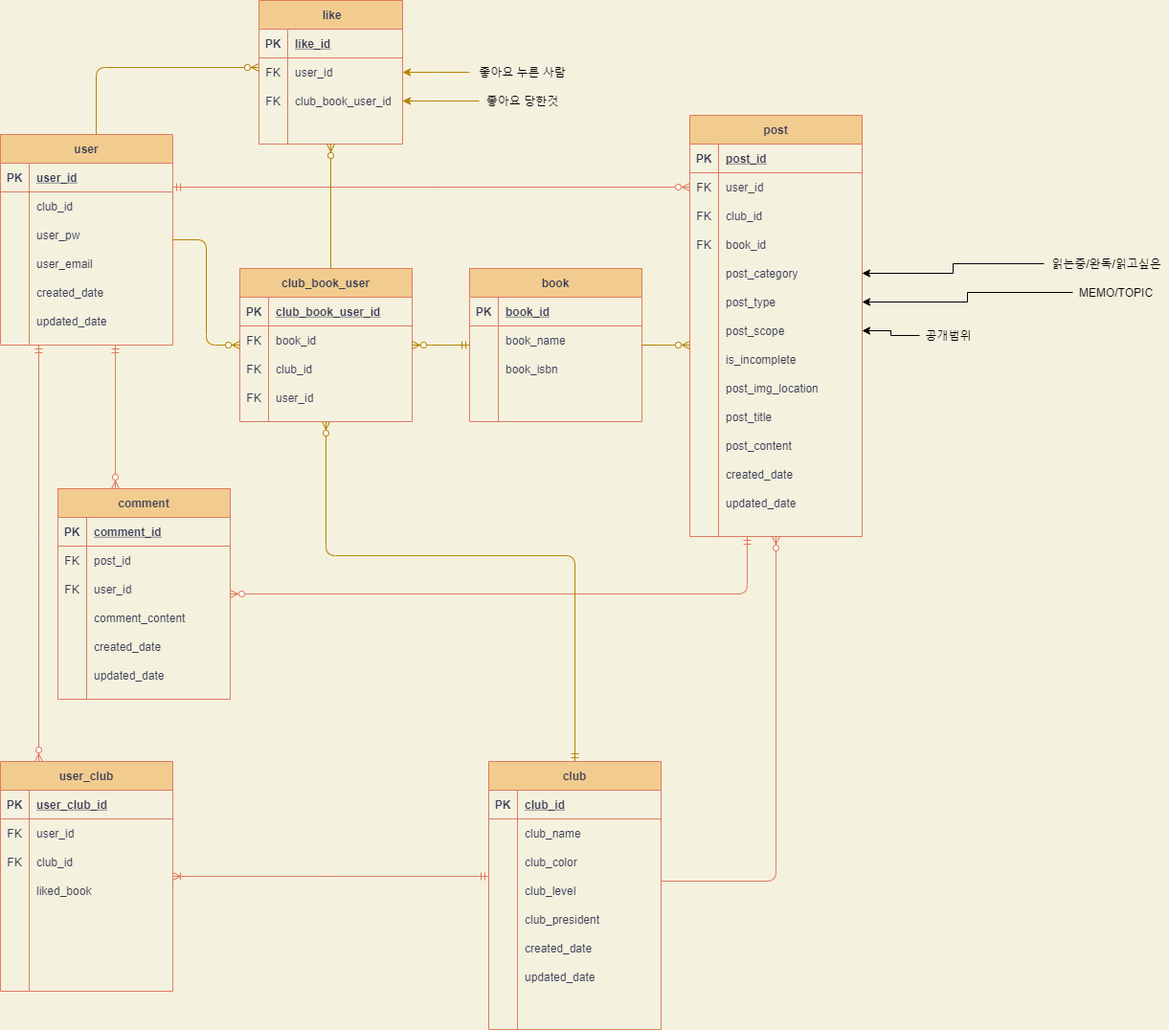
This is mangpo_ERD.png from CYC0227/mangpoERD, a draw.io export, as it was before one commit. Source tidied: cells renumbered, new cells last; positions are measured from the earlier drawing's top-left corner, leaving out a move shared by most shapes.
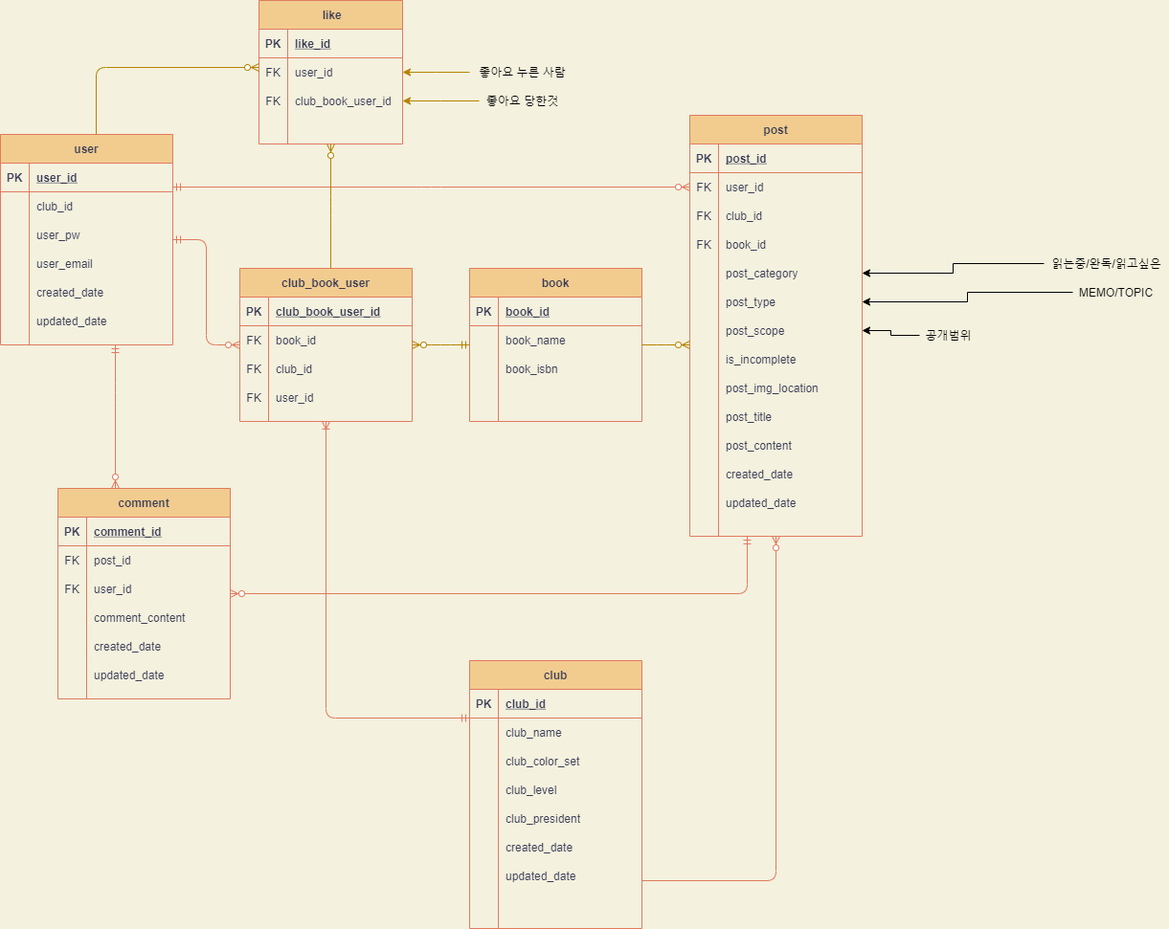
After the commit.

The edit, as a diff of the source:
```diff
@@ -189,7 +189,7 @@
       <mxGeometry x="30" width="150" height="20" as="geometry" />
     </mxCell>
     <mxCell id="64" value="club" style="shape=table;startSize=30;rowLines=0;fontStyle=1;align=center;fillColor=#F2CC8F;strokeColor=#E07A5F;fontColor=#393C56;" parent="1" vertex="1">
-      <mxGeometry x="510" y="795" width="180" height="280" as="geometry" />
+      <mxGeometry x="490" y="690" width="180" height="280" as="geometry" />
     </mxCell>
     <mxCell id="65" style="shape=partialRectangle;fillColor=none;top=0;left=0;bottom=1;right=0;strokeColor=#E07A5F;fontColor=#393C56;" parent="64" vertex="1">
       <mxGeometry y="30" width="180" height="30" as="geometry" />
@@ -215,7 +215,7 @@
     <mxCell id="72" style="shape=partialRectangle;fillColor=none;top=0;left=0;bottom=0;right=0;overflow=hidden;strokeColor=#E07A5F;fontColor=#393C56;" parent="71" vertex="1">
       <mxGeometry width="30" height="30" as="geometry" />
     </mxCell>
-    <mxCell id="73" value="club_color" style="shape=partialRectangle;fillColor=none;top=0;left=0;bottom=0;right=0;align=left;spacingLeft=6;overflow=hidden;strokeColor=#E07A5F;fontColor=#393C56;" parent="71" vertex="1">
+    <mxCell id="73" value="club_color_set" style="shape=partialRectangle;fillColor=none;top=0;left=0;bottom=0;right=0;align=left;spacingLeft=6;overflow=hidden;strokeColor=#E07A5F;fontColor=#393C56;" parent="71" vertex="1">
       <mxGeometry x="30" width="150" height="30" as="geometry" />
     </mxCell>
     <mxCell id="74" style="shape=partialRectangle;fillColor=none;top=0;left=0;bottom=0;right=0;strokeColor=#E07A5F;fontColor=#393C56;" parent="64" vertex="1">
@@ -323,72 +323,6 @@
     <mxCell id="108" value="updated_date" style="shape=partialRectangle;fillColor=none;top=0;left=0;bottom=0;right=0;align=left;spacingLeft=6;overflow=hidden;strokeColor=#E07A5F;fontColor=#393C56;" parent="106" vertex="1">
       <mxGeometry x="30" width="150" height="30" as="geometry" />
     </mxCell>
-    <mxCell id="109" value="user_club" style="shape=table;startSize=30;rowLines=0;fontStyle=1;align=center;fillColor=#F2CC8F;strokeColor=#E07A5F;fontColor=#393C56;" parent="1" vertex="1">
-      <mxGeometry y="795" width="180" height="240" as="geometry" />
-    </mxCell>
-    <mxCell id="110" style="shape=partialRectangle;fillColor=none;top=0;left=0;bottom=1;right=0;strokeColor=#E07A5F;fontColor=#393C56;" parent="109" vertex="1">
-      <mxGeometry y="30" width="180" height="30" as="geometry" />
-    </mxCell>
-    <mxCell id="111" value="PK" style="shape=partialRectangle;fillColor=none;top=0;left=0;bottom=0;right=0;fontStyle=1;overflow=hidden;strokeColor=#E07A5F;fontColor=#393C56;" parent="110" vertex="1">
-      <mxGeometry width="30" height="30" as="geometry" />
-    </mxCell>
-    <mxCell id="112" value="user_club_id" style="shape=partialRectangle;fillColor=none;top=0;left=0;bottom=0;right=0;align=left;spacingLeft=6;fontStyle=5;overflow=hidden;strokeColor=#E07A5F;fontColor=#393C56;" parent="110" vertex="1">
-      <mxGeometry x="30" width="150" height="30" as="geometry" />
-    </mxCell>
-    <mxCell id="113" style="shape=partialRectangle;fillColor=none;top=0;left=0;bottom=0;right=0;strokeColor=#E07A5F;fontColor=#393C56;" parent="109" vertex="1">
-      <mxGeometry y="60" width="180" height="30" as="geometry" />
-    </mxCell>
-    <mxCell id="114" value="FK" style="shape=partialRectangle;fillColor=none;top=0;left=0;bottom=0;right=0;overflow=hidden;strokeColor=#E07A5F;fontColor=#393C56;" parent="113" vertex="1">
-      <mxGeometry width="30" height="30" as="geometry" />
-    </mxCell>
-    <mxCell id="115" value="user_id" style="shape=partialRectangle;fillColor=none;top=0;left=0;bottom=0;right=0;align=left;spacingLeft=6;overflow=hidden;strokeColor=#E07A5F;fontColor=#393C56;" parent="113" vertex="1">
-      <mxGeometry x="30" width="150" height="30" as="geometry" />
-    </mxCell>
-    <mxCell id="116" style="shape=partialRectangle;fillColor=none;top=0;left=0;bottom=0;right=0;strokeColor=#E07A5F;fontColor=#393C56;" parent="109" vertex="1">
-      <mxGeometry y="90" width="180" height="30" as="geometry" />
-    </mxCell>
-    <mxCell id="117" value="FK" style="shape=partialRectangle;fillColor=none;top=0;left=0;bottom=0;right=0;overflow=hidden;strokeColor=#E07A5F;fontColor=#393C56;" parent="116" vertex="1">
-      <mxGeometry width="30" height="30" as="geometry" />
-    </mxCell>
-    <mxCell id="118" value="club_id" style="shape=partialRectangle;fillColor=none;top=0;left=0;bottom=0;right=0;align=left;spacingLeft=6;overflow=hidden;strokeColor=#E07A5F;fontColor=#393C56;" parent="116" vertex="1">
-      <mxGeometry x="30" width="150" height="30" as="geometry" />
-    </mxCell>
-    <mxCell id="119" style="shape=partialRectangle;fillColor=none;top=0;left=0;bottom=0;right=0;strokeColor=#E07A5F;fontColor=#393C56;" parent="109" vertex="1">
-      <mxGeometry y="120" width="180" height="30" as="geometry" />
-    </mxCell>
-    <mxCell id="120" style="shape=partialRectangle;fillColor=none;top=0;left=0;bottom=0;right=0;overflow=hidden;strokeColor=#E07A5F;fontColor=#393C56;" parent="119" vertex="1">
-      <mxGeometry width="30" height="30" as="geometry" />
-    </mxCell>
-    <mxCell id="121" value="liked_book" style="shape=partialRectangle;fillColor=none;top=0;left=0;bottom=0;right=0;align=left;spacingLeft=6;overflow=hidden;strokeColor=#E07A5F;fontColor=#393C56;" parent="119" vertex="1">
-      <mxGeometry x="30" width="150" height="30" as="geometry" />
-    </mxCell>
-    <mxCell id="122" style="shape=partialRectangle;fillColor=none;top=0;left=0;bottom=0;right=0;strokeColor=#E07A5F;fontColor=#393C56;" parent="109" vertex="1">
-      <mxGeometry y="150" width="180" height="30" as="geometry" />
-    </mxCell>
-    <mxCell id="123" style="shape=partialRectangle;fillColor=none;top=0;left=0;bottom=0;right=0;overflow=hidden;strokeColor=#E07A5F;fontColor=#393C56;" parent="122" vertex="1">
-      <mxGeometry width="30" height="30" as="geometry" />
-    </mxCell>
-    <mxCell id="124" style="shape=partialRectangle;fillColor=none;top=0;left=0;bottom=0;right=0;align=left;spacingLeft=6;overflow=hidden;strokeColor=#E07A5F;fontColor=#393C56;" parent="122" vertex="1">
-      <mxGeometry x="30" width="150" height="30" as="geometry" />
-    </mxCell>
-    <mxCell id="125" style="shape=partialRectangle;fillColor=none;top=0;left=0;bottom=0;right=0;strokeColor=#E07A5F;fontColor=#393C56;" parent="109" vertex="1">
-      <mxGeometry y="180" width="180" height="30" as="geometry" />
-    </mxCell>
-    <mxCell id="126" style="shape=partialRectangle;fillColor=none;top=0;left=0;bottom=0;right=0;overflow=hidden;strokeColor=#E07A5F;fontColor=#393C56;" parent="125" vertex="1">
-      <mxGeometry width="30" height="30" as="geometry" />
-    </mxCell>
-    <mxCell id="127" style="shape=partialRectangle;fillColor=none;top=0;left=0;bottom=0;right=0;align=left;spacingLeft=6;overflow=hidden;strokeColor=#E07A5F;fontColor=#393C56;" parent="125" vertex="1">
-      <mxGeometry x="30" width="150" height="30" as="geometry" />
-    </mxCell>
-    <mxCell id="128" style="shape=partialRectangle;fillColor=none;top=0;left=0;bottom=0;right=0;strokeColor=#E07A5F;fontColor=#393C56;" parent="109" vertex="1">
-      <mxGeometry y="210" width="180" height="30" as="geometry" />
-    </mxCell>
-    <mxCell id="129" style="shape=partialRectangle;fillColor=none;top=0;left=0;bottom=0;right=0;overflow=hidden;strokeColor=#E07A5F;fontColor=#393C56;" parent="128" vertex="1">
-      <mxGeometry width="30" height="30" as="geometry" />
-    </mxCell>
-    <mxCell id="130" style="shape=partialRectangle;fillColor=none;top=0;left=0;bottom=0;right=0;align=left;spacingLeft=6;overflow=hidden;strokeColor=#E07A5F;fontColor=#393C56;" parent="128" vertex="1">
-      <mxGeometry x="30" width="150" height="30" as="geometry" />
-    </mxCell>
     <mxCell id="131" style="edgeStyle=elbowEdgeStyle;fontSize=12;html=1;endArrow=ERzeroToMany;endFill=1;elbow=vertical;strokeColor=#E07A5F;fontColor=#393C56;labelBackgroundColor=#F4F1DE;" parent="1" edge="1" source="64" target="21">
       <mxGeometry relative="1" as="geometry">
         <Array as="points">
@@ -398,15 +332,15 @@
         </Array>
       </mxGeometry>
     </mxCell>
-    <mxCell id="132" style="edgeStyle=elbowEdgeStyle;fontSize=12;html=1;endArrow=ERzeroToMany;startArrow=ERmandOne;elbow=vertical;strokeColor=#E07A5F;fontColor=#393C56;labelBackgroundColor=#F4F1DE;" parent="1" edge="1" source="2" target="109">
-      <mxGeometry relative="1" as="geometry">
-        <Array as="points">
-          <mxPoint x="40" y="550" />
-        </Array>
-      </mxGeometry>
+    <mxCell id="132" style="edgeStyle=orthogonalEdgeStyle;fontSize=12;html=1;endArrow=ERzeroToMany;startArrow=ERmandOne;elbow=vertical;strokeColor=#E07A5F;fontColor=#393C56;labelBackgroundColor=#F4F1DE;" parent="1" edge="1" source="2" target="154">
+      <mxGeometry relative="1" as="geometry" />
     </mxCell>
-    <mxCell id="133" style="edgeStyle=elbowEdgeStyle;fontSize=12;html=1;endArrow=ERoneToMany;startArrow=ERmandOne;elbow=vertical;strokeColor=#E07A5F;fontColor=#393C56;labelBackgroundColor=#F4F1DE;" parent="1" edge="1" source="64" target="109">
-      <mxGeometry relative="1" as="geometry" />
+    <mxCell id="133" style="edgeStyle=elbowEdgeStyle;fontSize=12;html=1;endArrow=ERoneToMany;startArrow=ERmandOne;elbow=vertical;strokeColor=#E07A5F;fontColor=#393C56;labelBackgroundColor=#F4F1DE;" parent="1" edge="1" source="64" target="154">
+      <mxGeometry relative="1" as="geometry">
+        <Array as="points">
+          <mxPoint x="490" y="750" />
+        </Array>
+      </mxGeometry>
     </mxCell>
     <mxCell id="134" value="book" style="shape=table;startSize=30;rowLines=0;fontStyle=1;align=center;fillColor=#F2CC8F;strokeColor=#E07A5F;fontColor=#393C56;" parent="1" vertex="1">
       <mxGeometry x="490" y="280" width="180" height="160" as="geometry" />
@@ -522,18 +456,6 @@
     <mxCell id="167" style="edgeStyle=entityRelationEdgeStyle;fontSize=12;html=1;endArrow=ERzeroToMany;startArrow=ERmandOne;strokeColor=#B58300;" parent="1" edge="1" source="134" target="154">
       <mxGeometry relative="1" as="geometry" />
     </mxCell>
-    <mxCell id="168" style="edgeStyle=elbowEdgeStyle;fontSize=12;html=1;endArrow=ERzeroToMany;startArrow=ERmandOne;strokeColor=#B58300;elbow=vertical;" parent="1" edge="1" source="64" target="154">
-      <mxGeometry relative="1" as="geometry">
-        <Array as="points">
-          <mxPoint x="340" y="580" />
-          <mxPoint x="400" y="300" />
-          <mxPoint x="390" y="550" />
-        </Array>
-      </mxGeometry>
-    </mxCell>
-    <mxCell id="169" style="edgeStyle=elbowEdgeStyle;fontSize=12;html=1;endArrow=ERzeroToMany;endFill=1;strokeColor=#B58300;" parent="1" edge="1" source="2" target="154">
-      <mxGeometry relative="1" as="geometry" />
-    </mxCell>
     <mxCell id="170" value=" like" style="shape=table;startSize=30;rowLines=0;fontStyle=1;align=center;fillColor=#F2CC8F;strokeColor=#E07A5F;fontColor=#393C56;" parent="1" vertex="1">
       <mxGeometry x="270" width="150" height="150" as="geometry" />
     </mxCell>
```
